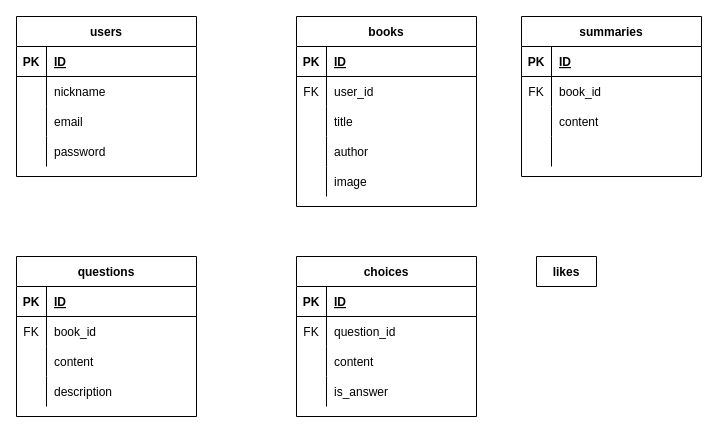
KoshiOkuma/book-summary-quiz keeps this draw.io diagram as book-summary-quiz.dio. Above is the earlier version. Source tidied: cells renumbered, new cells numbered last; positions are measured from the earlier drawing's top-left corner, leaving out a move shared by most shapes. Both pictures are drawn from the tidied source at 100%, with x=0, y=0 at pixel (16, 16).
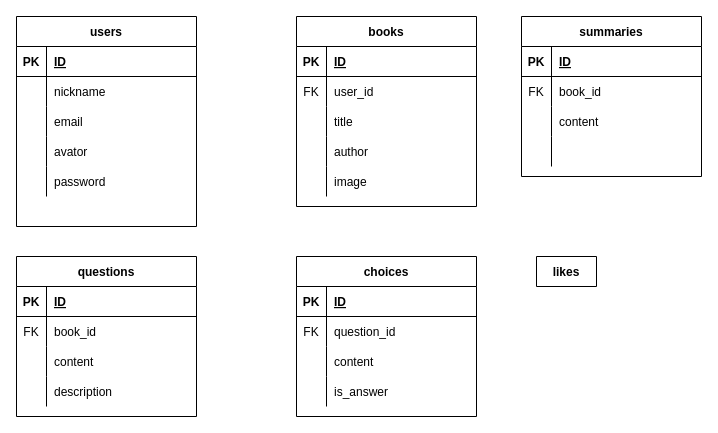
After the change.

The edit, as a diff of the source:
```diff
@@
     <mxCell id="2" value="users" style="shape=table;startSize=30;childLayout=tableLayout;rowLines=0;fontStyle=1;align=center;" parent="1" vertex="1">
-      <mxGeometry width="180" height="160" as="geometry" />
+      <mxGeometry width="180" height="210" as="geometry" />
     </mxCell>
@@
+    <mxCell id="71" style="shape=partialRectangle;fillColor=none;top=0;left=0;bottom=0;right=0;" parent="2" vertex="1">
+      <mxGeometry y="120" width="180" height="30" as="geometry" />
+    </mxCell>
+    <mxCell id="72" style="shape=partialRectangle;fillColor=none;top=0;left=0;bottom=0;right=0;overflow=hidden;" parent="71" vertex="1">
+      <mxGeometry width="30" height="30" as="geometry" />
+    </mxCell>
+    <mxCell id="73" value="avator" style="shape=partialRectangle;fillColor=none;top=0;left=0;bottom=0;right=0;align=left;spacingLeft=6;overflow=hidden;" parent="71" vertex="1">
+      <mxGeometry x="30" width="150" height="30" as="geometry" />
+    </mxCell>
     <mxCell id="12" style="shape=partialRectangle;fillColor=none;top=0;left=0;bottom=0;right=0;" parent="2" vertex="1">
-      <mxGeometry y="120" width="180" height="30" as="geometry" />
+      <mxGeometry y="150" width="180" height="30" as="geometry" />
     </mxCell>
```
